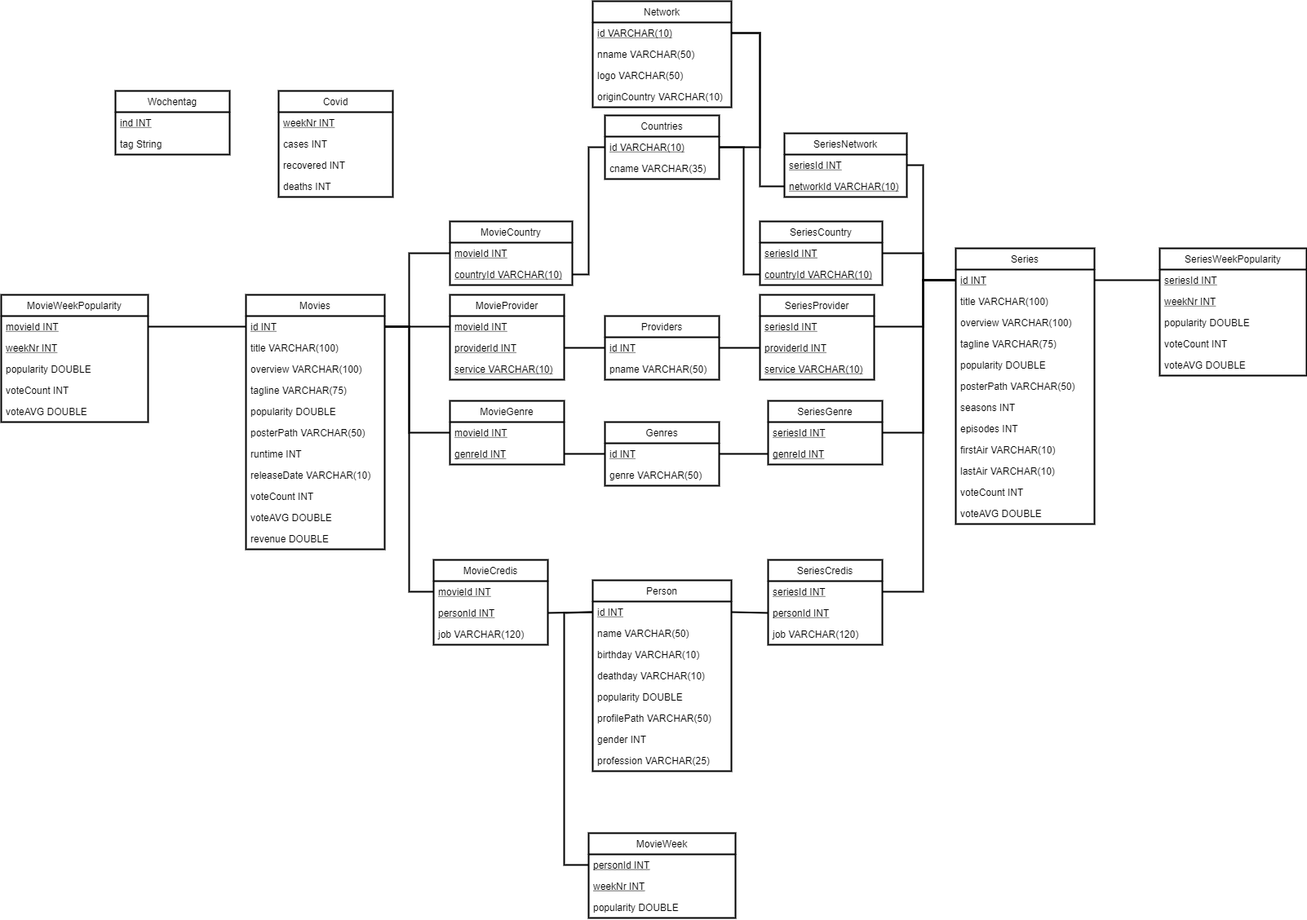
The draw.io diagram database/erd3.png in TimoSto/MovieRatings, before a commit. Source tidied: cells renumbered, new cells last; positions are measured from the earlier drawing's top-left corner, leaving out a move shared by most shapes.
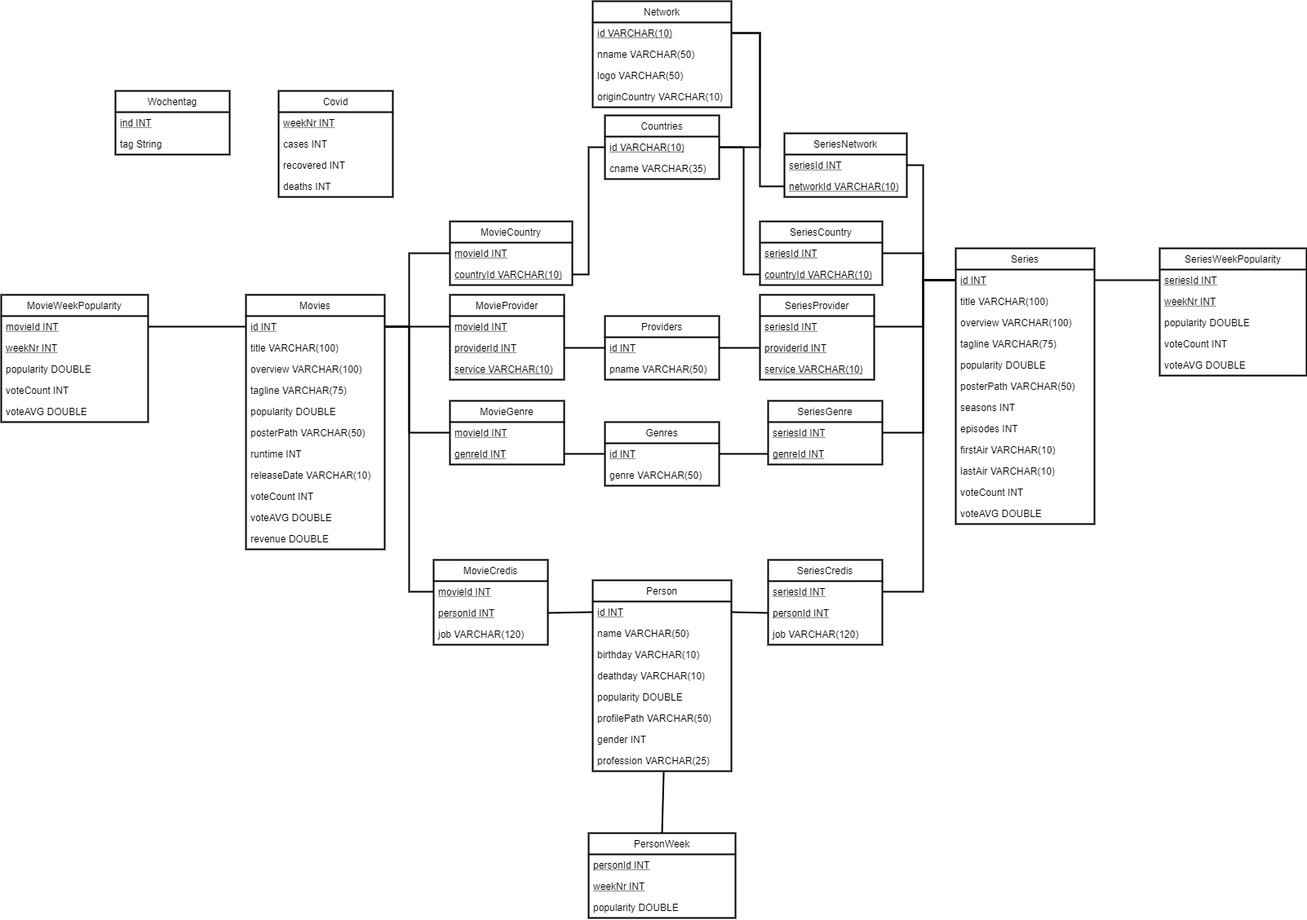
Later version of the same file.

What changed in the source:
```diff
@@ -351,7 +351,7 @@
     <mxCell id="101" style="endArrow=none;html=1;rounded=0;entryX=0;entryY=0.5;entryDx=0;entryDy=0;exitX=1;exitY=0.5;exitDx=0;exitDy=0;strokeWidth=2;" parent="1" edge="1" source="109" target="93">
       <mxGeometry relative="1" as="geometry" />
     </mxCell>
-    <mxCell id="102" value="MovieWeek" style="swimlane;fontStyle=0;horizontal=1;startSize=26;fillColor=none;strokeWidth=2;" parent="1" vertex="1">
+    <mxCell id="102" value="PersonWeek" style="swimlane;fontStyle=0;horizontal=1;startSize=26;fillColor=none;strokeWidth=2;" parent="1" vertex="1">
       <mxGeometry x="720" y="1020" width="180" height="104" as="geometry" />
     </mxCell>
     <mxCell id="103" value="personId INT" style="text;strokeColor=none;fillColor=none;align=left;verticalAlign=top;spacingLeft=4;spacingRight=4;overflow=hidden;points=[[0,0.5],[1,0.5]];portConstraint=eastwest;fontStyle=4;strokeWidth=2;" parent="102" vertex="1">
@@ -363,13 +363,8 @@
     <mxCell id="105" value="popularity DOUBLE" style="text;strokeColor=none;fillColor=none;align=left;verticalAlign=top;spacingLeft=4;spacingRight=4;overflow=hidden;strokeWidth=2;" parent="102" vertex="1">
       <mxGeometry y="78" width="180" height="26" as="geometry" />
     </mxCell>
-    <mxCell id="106" style="endArrow=none;html=1;rounded=0;entryX=0;entryY=0.5;entryDx=0;entryDy=0;exitX=0;exitY=0.5;exitDx=0;exitDy=0;strokeWidth=2;" parent="1" edge="1" source="93" target="103">
-      <mxGeometry relative="1" as="geometry">
-        <Array as="points">
-          <mxPoint x="690" y="750" />
-          <mxPoint x="690" y="1059" />
-        </Array>
-      </mxGeometry>
+    <mxCell id="106" style="endArrow=none;html=1;rounded=0;entryX=0.5;entryY=0;entryDx=0;entryDy=0;exitX=0.512;exitY=1.038;exitDx=0;exitDy=0;strokeWidth=2;exitPerimeter=0;" parent="1" edge="1" source="100" target="102">
+      <mxGeometry relative="1" as="geometry" />
     </mxCell>
     <mxCell id="107" value="MovieCredis" style="swimlane;fontStyle=0;horizontal=1;startSize=26;fillColor=none;strokeWidth=2;" parent="1" vertex="1">
       <mxGeometry x="530" y="685" width="140" height="104" as="geometry" />
```
